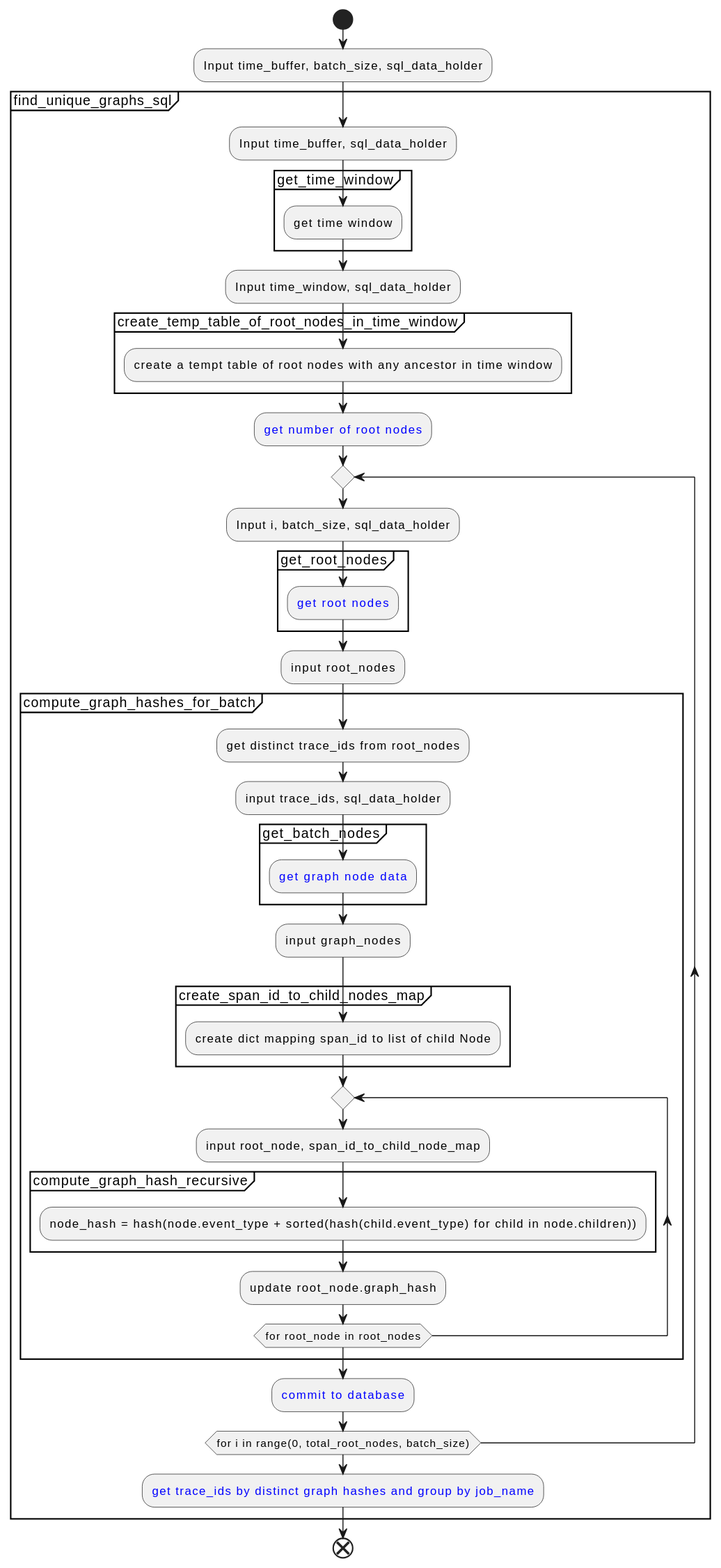
This is docs/development/design/3-DN-Retrieving_unique_graphs_from_Otel_data/Algorithm_Overview.svg from xtuml/otel2puml, a PlantUML export, as it was before one commit.
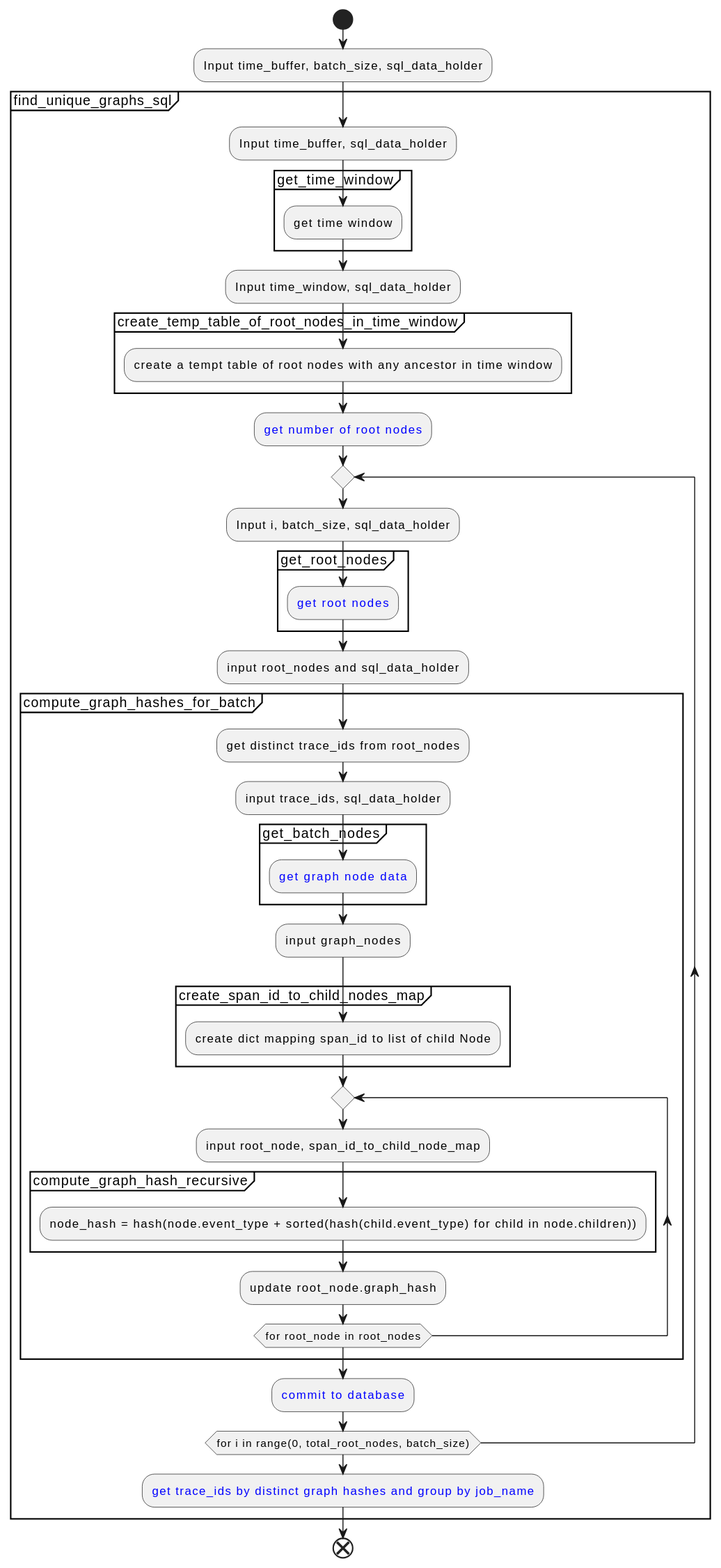
Above is the later version.

The edit, as a diff of the source:
```diff
@@ -16,7 +16,7 @@
         partition "get_root_nodes" {
         :<color:Blue>get root nodes;
         }
-        :input root_nodes;
+        :input root_nodes and sql_data_holder;
             partition "compute_graph_hashes_for_batch" {
                 :get distinct trace_ids from root_nodes;
                 :input trace_ids, sql_data_holder;
```
